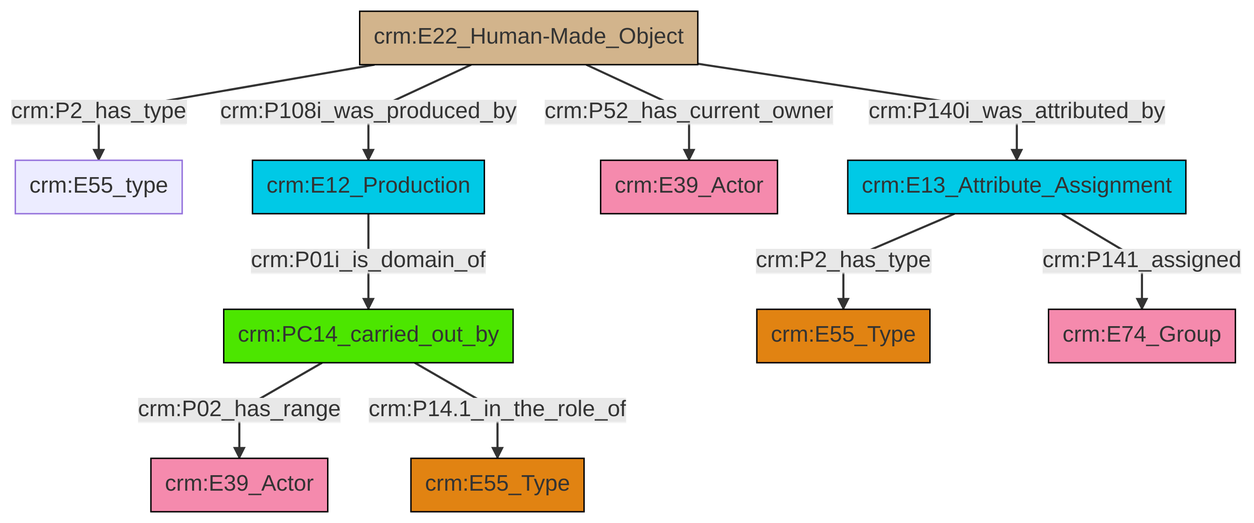
Above: et/builtWorkCSV/ttl/mmd/png/Built_Work_actor_relations.png in swiss-art-research-net/reference-data-models (Mermaid), before the change. Its source is kept beside it as et/builtWorkCSV/ttl/mmd/Built_Work_actor_relations.ttl.mmd.
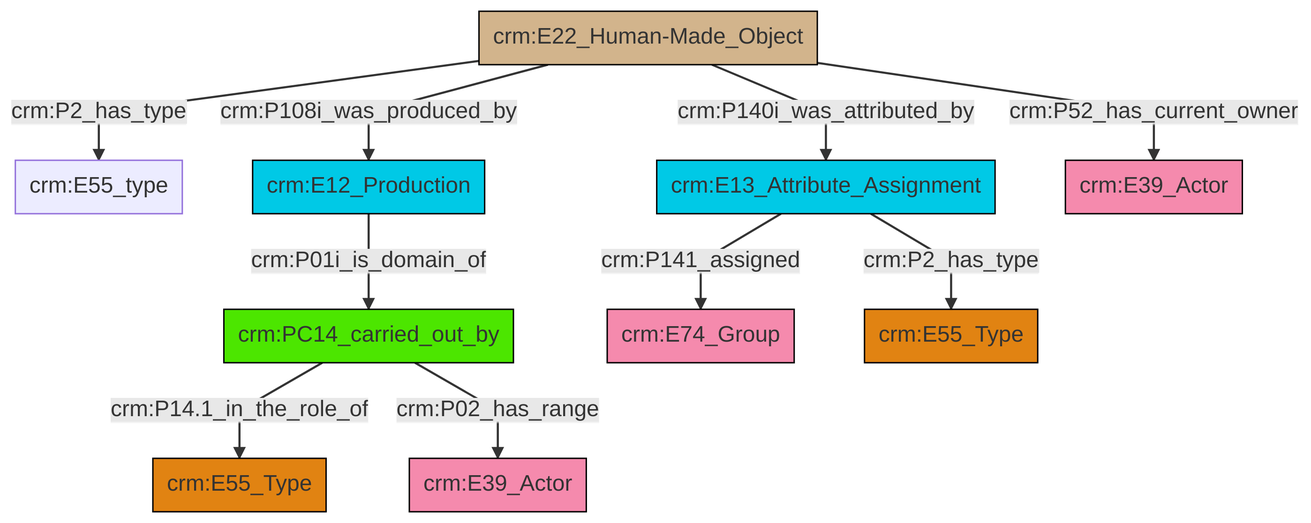
The same file after the commit.

Diff of the diagram source:
```diff
@@ -13,12 +13,12 @@
 classDef PC_Classes fill:#4ce600, stroke:#000000;
 classDef Multi fill:#cccccc,stroke:#000000;
 
-2["crm:PC14_carried_out_by"]:::PC_Classes -->|crm:P02_has_range| 3["crm:E39_Actor"]:::Actor
-6["crm:E22_Human-Made_Object"]:::Physical_Thing -->|crm:P52_has_current_owner| 7["crm:E39_Actor"]:::Actor
-4["crm:E13_Attribute_Assignment"]:::Temporal_Entity -->|crm:P2_has_type| 8["crm:E55_Type"]:::Type
-15["crm:E12_Production"]:::Temporal_Entity -->|crm:P01i_is_domain_of| 2["crm:PC14_carried_out_by"]:::PC_Classes
-6["crm:E22_Human-Made_Object"]:::Physical_Thing -->|crm:P2_has_type| 0["crm:E55_type"]:::Default
-4["crm:E13_Attribute_Assignment"]:::Temporal_Entity -->|crm:P141_assigned| 16["crm:E74_Group"]:::Actor
-2["crm:PC14_carried_out_by"]:::PC_Classes -->|crm:P14.1_in_the_role_of| 18["crm:E55_Type"]:::Type
-6["crm:E22_Human-Made_Object"]:::Physical_Thing -->|crm:P140i_was_attributed_by| 4["crm:E13_Attribute_Assignment"]:::Temporal_Entity
-6["crm:E22_Human-Made_Object"]:::Physical_Thing -->|crm:P108i_was_produced_by| 15["crm:E12_Production"]:::Temporal_Entity
+0["crm:E22_Human-Made_Object"]:::Physical_Thing -->|crm:P2_has_type| 1["crm:E55_type"]:::Default
+0["crm:E22_Human-Made_Object"]:::Physical_Thing -->|crm:P108i_was_produced_by| 8["crm:E12_Production"]:::Temporal_Entity
+0["crm:E22_Human-Made_Object"]:::Physical_Thing -->|crm:P140i_was_attributed_by| 4["crm:E13_Attribute_Assignment"]:::Temporal_Entity
+8["crm:E12_Production"]:::Temporal_Entity -->|crm:P01i_is_domain_of| 6["crm:PC14_carried_out_by"]:::PC_Classes
+0["crm:E22_Human-Made_Object"]:::Physical_Thing -->|crm:P52_has_current_owner| 9["crm:E39_Actor"]:::Actor
+4["crm:E13_Attribute_Assignment"]:::Temporal_Entity -->|crm:P2_has_type| 12["crm:E55_Type"]:::Type
+4["crm:E13_Attribute_Assignment"]:::Temporal_Entity -->|crm:P141_assigned| 10["crm:E74_Group"]:::Actor
+6["crm:PC14_carried_out_by"]:::PC_Classes -->|crm:P14.1_in_the_role_of| 2["crm:E55_Type"]:::Type
+6["crm:PC14_carried_out_by"]:::PC_Classes -->|crm:P02_has_range| 16["crm:E39_Actor"]:::Actor
```
